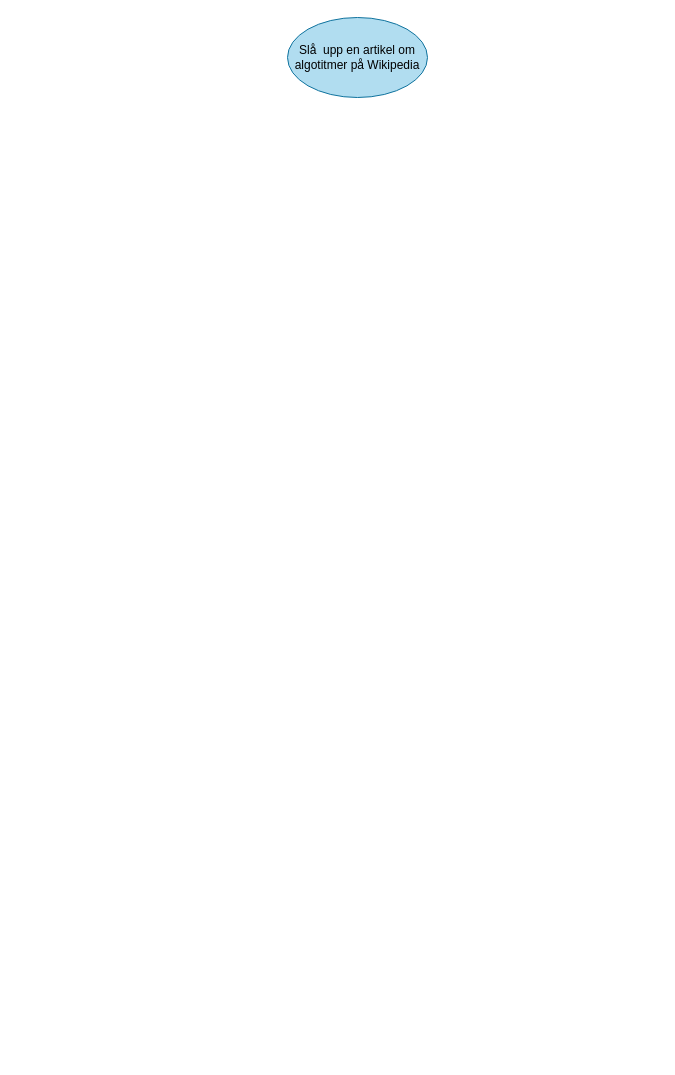
The draw.io diagram Untitled Diagram.drawio in shic0/algoritmer, before the edit. Source tidied: cells renumbered, new cells numbered last; positions are measured from the earlier drawing's top-left corner, leaving out a move shared by most shapes. Both pictures are drawn from the tidied source at 100%, with x=0, y=0 at pixel (287, 17).
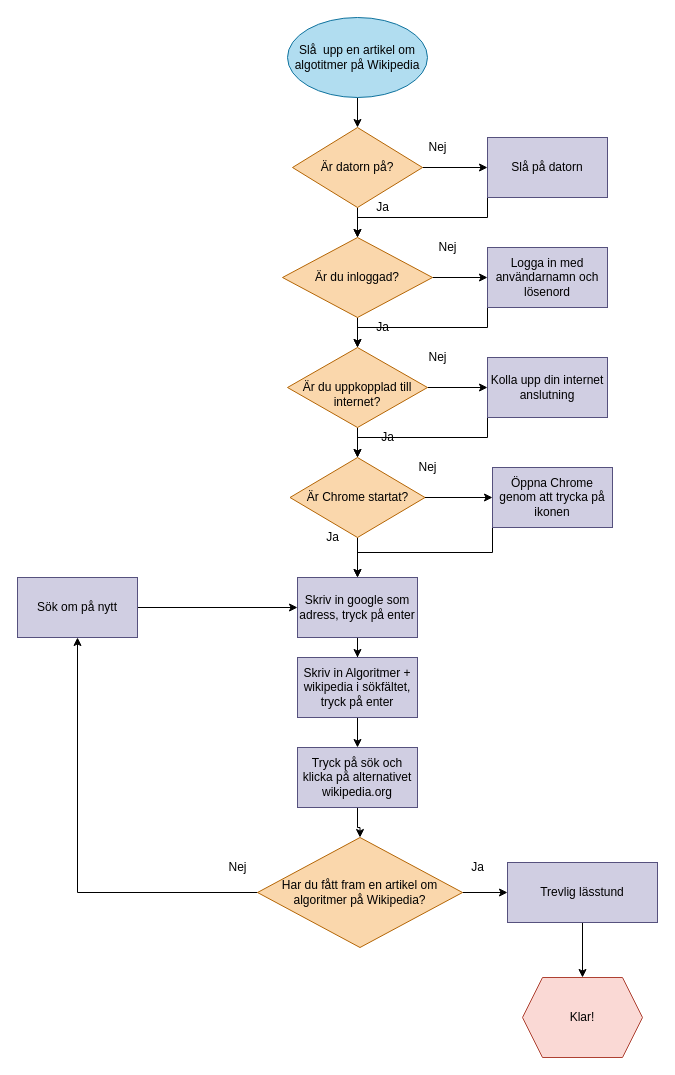
After the change.

The change refers to these unchanged cells:
```xml
<mxCell id="2" value="Slå&amp;nbsp; upp en artikel om algotitmer på Wikipedia" style="ellipse;whiteSpace=wrap;html=1;fillColor=#b1ddf0;strokeColor=#10739e;" parent="1" vertex="1">
  <mxGeometry width="140" height="80" as="geometry" />
</mxCell>
```

Change to the diagram source:
```diff
@@
+    <mxCell id="3" style="edgeStyle=orthogonalEdgeStyle;rounded=0;jettySize=auto;html=1;" parent="1" edge="1" source="2" target="10">
+      <mxGeometry relative="1" as="geometry" />
+    </mxCell>
@@
+    <mxCell id="4" style="edgeStyle=orthogonalEdgeStyle;rounded=0;jettySize=auto;html=1;exitX=0;exitY=1;exitDx=0;exitDy=0;" parent="1" edge="1" source="5" target="13">
+      <mxGeometry relative="1" as="geometry" />
+    </mxCell>
+    <mxCell id="5" value="Slå på datorn" style="rounded=0;whiteSpace=wrap;html=1;fillColor=#d0cee2;strokeColor=#56517e;" parent="1" vertex="1">
+      <mxGeometry x="200" y="120" width="120" height="60" as="geometry" />
+    </mxCell>
+    <mxCell id="6" style="edgeStyle=orthogonalEdgeStyle;rounded=0;jettySize=auto;html=1;exitX=0;exitY=1;exitDx=0;exitDy=0;" parent="1" edge="1" source="7" target="33">
+      <mxGeometry relative="1" as="geometry" />
+    </mxCell>
+    <mxCell id="7" value="Logga in med användarnamn och lösenord" style="rounded=0;whiteSpace=wrap;html=1;fillColor=#d0cee2;strokeColor=#56517e;" parent="1" vertex="1">
+      <mxGeometry x="200" y="230" width="120" height="60" as="geometry" />
+    </mxCell>
+    <mxCell id="8" style="edgeStyle=orthogonalEdgeStyle;rounded=0;jettySize=auto;html=1;" parent="1" edge="1" source="10" target="5">
+      <mxGeometry relative="1" as="geometry" />
+    </mxCell>
+    <mxCell id="9" style="edgeStyle=orthogonalEdgeStyle;rounded=0;jettySize=auto;html=1;" parent="1" edge="1" source="10" target="13">
+      <mxGeometry relative="1" as="geometry" />
+    </mxCell>
+    <mxCell id="10" value="Är datorn på?" style="rhombus;whiteSpace=wrap;html=1;fillColor=#fad7ac;strokeColor=#b46504;" parent="1" vertex="1">
+      <mxGeometry x="5" y="110" width="130" height="80" as="geometry" />
+    </mxCell>
+    <mxCell id="11" style="edgeStyle=orthogonalEdgeStyle;rounded=0;jettySize=auto;html=1;" parent="1" edge="1" source="13" target="7">
+      <mxGeometry relative="1" as="geometry" />
+    </mxCell>
+    <mxCell id="12" style="edgeStyle=orthogonalEdgeStyle;rounded=0;jettySize=auto;html=1;" parent="1" edge="1" source="13" target="33">
+      <mxGeometry relative="1" as="geometry" />
+    </mxCell>
+    <mxCell id="13" value="Är du inloggad?" style="rhombus;whiteSpace=wrap;html=1;fillColor=#fad7ac;strokeColor=#b46504;" parent="1" vertex="1">
+      <mxGeometry x="-5" y="220" width="150" height="80" as="geometry" />
+    </mxCell>
+    <mxCell id="14" value="Ja" style="text;html=1;align=center;verticalAlign=middle;" parent="1" vertex="1">
+      <mxGeometry x="80" y="180" width="30" height="20" as="geometry" />
+    </mxCell>
+    <mxCell id="15" value="Nej" style="text;html=1;align=center;verticalAlign=middle;" parent="1" vertex="1">
+      <mxGeometry x="135" y="120" width="30" height="20" as="geometry" />
+    </mxCell>
+    <mxCell id="16" value="Nej" style="text;html=1;align=center;verticalAlign=middle;" parent="1" vertex="1">
+      <mxGeometry x="145" y="220" width="30" height="20" as="geometry" />
+    </mxCell>
+    <mxCell id="17" style="edgeStyle=orthogonalEdgeStyle;rounded=0;jettySize=auto;html=1;exitX=0.5;exitY=1;exitDx=0;exitDy=0;entryX=0.5;entryY=0;entryDx=0;entryDy=0;" parent="1" edge="1" source="19" target="24">
+      <mxGeometry relative="1" as="geometry" />
+    </mxCell>
+    <mxCell id="18" style="edgeStyle=orthogonalEdgeStyle;rounded=0;jettySize=auto;html=1;" parent="1" edge="1" source="19" target="22">
+      <mxGeometry relative="1" as="geometry" />
+    </mxCell>
+    <mxCell id="19" value="Är Chrome startat?" style="rhombus;whiteSpace=wrap;html=1;fillColor=#fad7ac;strokeColor=#b46504;" parent="1" vertex="1">
+      <mxGeometry x="2.5" y="440" width="135" height="80" as="geometry" />
+    </mxCell>
+    <mxCell id="20" value="Ja" style="text;html=1;align=center;verticalAlign=middle;" parent="1" vertex="1">
+      <mxGeometry x="80" y="300" width="30" height="20" as="geometry" />
+    </mxCell>
+    <mxCell id="21" style="edgeStyle=orthogonalEdgeStyle;rounded=0;jettySize=auto;html=1;exitX=0;exitY=1;exitDx=0;exitDy=0;entryX=0.5;entryY=0;entryDx=0;entryDy=0;" parent="1" edge="1" source="22" target="24">
+      <mxGeometry relative="1" as="geometry" />
+    </mxCell>
+    <mxCell id="22" value="Öppna Chrome genom att trycka på ikonen" style="rounded=0;whiteSpace=wrap;html=1;fillColor=#d0cee2;strokeColor=#56517e;" parent="1" vertex="1">
+      <mxGeometry x="205" y="450" width="120" height="60" as="geometry" />
+    </mxCell>
+    <mxCell id="23" style="edgeStyle=orthogonalEdgeStyle;rounded=0;jettySize=auto;html=1;" parent="1" edge="1" source="24" target="28">
+      <mxGeometry relative="1" as="geometry" />
+    </mxCell>
+    <mxCell id="24" value="Skriv in google som adress, tryck på enter" style="rounded=0;whiteSpace=wrap;html=1;fillColor=#d0cee2;strokeColor=#56517e;" parent="1" vertex="1">
+      <mxGeometry x="10" y="560" width="120" height="60" as="geometry" />
+    </mxCell>
+    <mxCell id="25" value="Nej" style="text;html=1;align=center;verticalAlign=middle;" parent="1" vertex="1">
+      <mxGeometry x="135" y="330" width="30" height="20" as="geometry" />
+    </mxCell>
+    <mxCell id="26" value="Ja" style="text;html=1;align=center;verticalAlign=middle;" parent="1" vertex="1">
+      <mxGeometry x="85" y="410" width="30" height="20" as="geometry" />
+    </mxCell>
+    <mxCell id="27" style="edgeStyle=orthogonalEdgeStyle;rounded=0;jettySize=auto;html=1;" parent="1" edge="1" source="28" target="30">
+      <mxGeometry relative="1" as="geometry" />
+    </mxCell>
+    <mxCell id="28" value="Skriv in Algoritmer + wikipedia i sökfältet, tryck på enter" style="rounded=0;whiteSpace=wrap;html=1;fillColor=#d0cee2;strokeColor=#56517e;" parent="1" vertex="1">
+      <mxGeometry x="10" y="640" width="120" height="60" as="geometry" />
+    </mxCell>
+    <mxCell id="29" style="edgeStyle=orthogonalEdgeStyle;rounded=0;jettySize=auto;html=1;" parent="1" edge="1" source="30" target="40">
+      <mxGeometry relative="1" as="geometry" />
+    </mxCell>
+    <mxCell id="30" value="Tryck på sök och klicka på alternativet wikipedia.org" style="rounded=0;whiteSpace=wrap;html=1;fillColor=#d0cee2;strokeColor=#56517e;" parent="1" vertex="1">
+      <mxGeometry x="10" y="730" width="120" height="60" as="geometry" />
+    </mxCell>
+    <mxCell id="31" style="edgeStyle=orthogonalEdgeStyle;rounded=0;jettySize=auto;html=1;exitX=0.5;exitY=1;exitDx=0;exitDy=0;entryX=0.5;entryY=0;entryDx=0;entryDy=0;" parent="1" edge="1" source="33" target="19">
+      <mxGeometry relative="1" as="geometry" />
+    </mxCell>
+    <mxCell id="32" style="edgeStyle=orthogonalEdgeStyle;rounded=0;jettySize=auto;html=1;exitX=1;exitY=0.5;exitDx=0;exitDy=0;entryX=0;entryY=0.5;entryDx=0;entryDy=0;" parent="1" edge="1" source="33" target="35">
+      <mxGeometry relative="1" as="geometry" />
+    </mxCell>
+    <mxCell id="33" value="&lt;br&gt;Är du uppkopplad till internet?" style="rhombus;whiteSpace=wrap;html=1;fillColor=#fad7ac;strokeColor=#b46504;" parent="1" vertex="1">
+      <mxGeometry y="330" width="140" height="80" as="geometry" />
+    </mxCell>
+    <mxCell id="34" style="edgeStyle=orthogonalEdgeStyle;rounded=0;jettySize=auto;html=1;exitX=0;exitY=1;exitDx=0;exitDy=0;" parent="1" edge="1" source="35" target="19">
+      <mxGeometry relative="1" as="geometry" />
+    </mxCell>
+    <mxCell id="35" value="Kolla upp din internet anslutning" style="rounded=0;whiteSpace=wrap;html=1;fillColor=#d0cee2;strokeColor=#56517e;" parent="1" vertex="1">
+      <mxGeometry x="200" y="340" width="120" height="60" as="geometry" />
+    </mxCell>
+    <mxCell id="36" value="Nej" style="text;html=1;align=center;verticalAlign=middle;" parent="1" vertex="1">
+      <mxGeometry x="125" y="440" width="30" height="20" as="geometry" />
+    </mxCell>
+    <mxCell id="37" value="Ja" style="text;html=1;align=center;verticalAlign=middle;" parent="1" vertex="1">
+      <mxGeometry x="30" y="510" width="30" height="20" as="geometry" />
+    </mxCell>
+    <mxCell id="38" style="edgeStyle=orthogonalEdgeStyle;rounded=0;jettySize=auto;html=1;" parent="1" edge="1" source="40" target="44">
+      <mxGeometry relative="1" as="geometry" />
+    </mxCell>
+    <mxCell id="39" style="edgeStyle=orthogonalEdgeStyle;rounded=0;jettySize=auto;html=1;" parent="1" edge="1" source="40" target="42">
+      <mxGeometry relative="1" as="geometry" />
+    </mxCell>
+    <mxCell id="40" value="Har du fått fram en artikel om algoritmer på Wikipedia?" style="rhombus;whiteSpace=wrap;html=1;fillColor=#fad7ac;strokeColor=#b46504;" parent="1" vertex="1">
+      <mxGeometry x="-30" y="820" width="205" height="110" as="geometry" />
+    </mxCell>
+    <mxCell id="41" style="edgeStyle=orthogonalEdgeStyle;rounded=0;jettySize=auto;html=1;" parent="1" edge="1" source="42" target="47">
+      <mxGeometry relative="1" as="geometry" />
+    </mxCell>
+    <mxCell id="42" value="Trevlig lässtund" style="rounded=0;whiteSpace=wrap;html=1;fillColor=#d0cee2;strokeColor=#56517e;" parent="1" vertex="1">
+      <mxGeometry x="220" y="845" width="150" height="60" as="geometry" />
+    </mxCell>
+    <mxCell id="43" style="edgeStyle=orthogonalEdgeStyle;rounded=0;jettySize=auto;html=1;entryX=0;entryY=0.5;entryDx=0;entryDy=0;" parent="1" edge="1" source="44" target="24">
+      <mxGeometry relative="1" as="geometry" />
+    </mxCell>
+    <mxCell id="44" value="Sök om på nytt" style="rounded=0;whiteSpace=wrap;html=1;fillColor=#d0cee2;strokeColor=#56517e;" parent="1" vertex="1">
+      <mxGeometry x="-270" y="560" width="120" height="60" as="geometry" />
+    </mxCell>
+    <mxCell id="45" value="Ja" style="text;html=1;align=center;verticalAlign=middle;" parent="1" vertex="1">
+      <mxGeometry x="175" y="840" width="30" height="20" as="geometry" />
+    </mxCell>
+    <mxCell id="46" value="Nej" style="text;html=1;align=center;verticalAlign=middle;" parent="1" vertex="1">
+      <mxGeometry x="-65" y="840" width="30" height="20" as="geometry" />
+    </mxCell>
+    <mxCell id="47" value="Klar!" style="shape=hexagon;perimeter=hexagonPerimeter2;whiteSpace=wrap;html=1;fixedSize=1;fillColor=#fad9d5;strokeColor=#ae4132;" parent="1" vertex="1">
+      <mxGeometry x="235" y="960" width="120" height="80" as="geometry" />
+    </mxCell>
```
